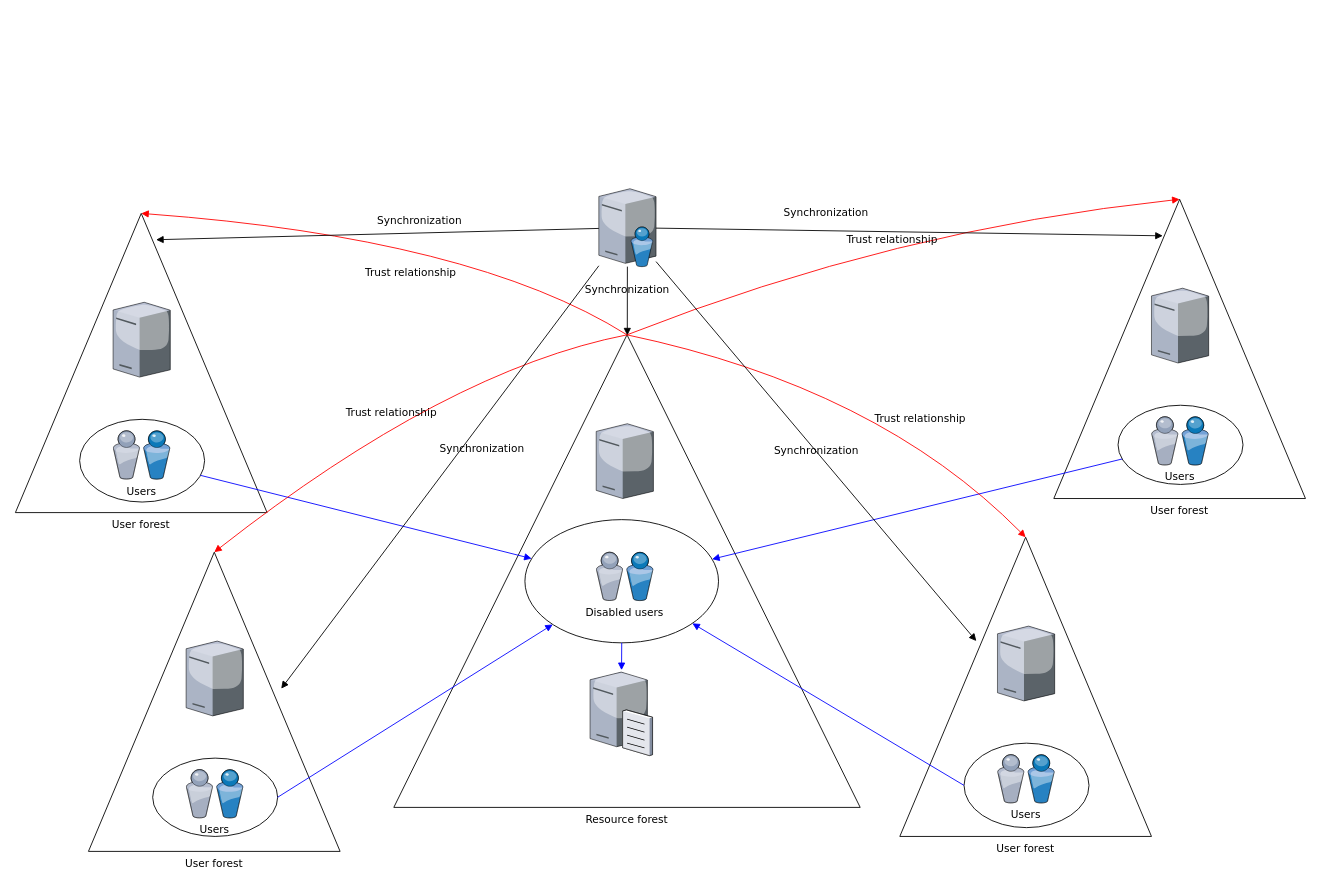
HSAM-H/NetworkMap keeps this draw.io diagram as Map/Untitled Diagram.drawio. Above is the earlier version. Source tidied: cells renumbered, new cells numbered last; positions are measured from the earlier drawing's top-left corner, leaving out a move shared by most shapes. Both pictures are drawn from the tidied source at 88%, with x=0, y=0 at pixel (15, 188).
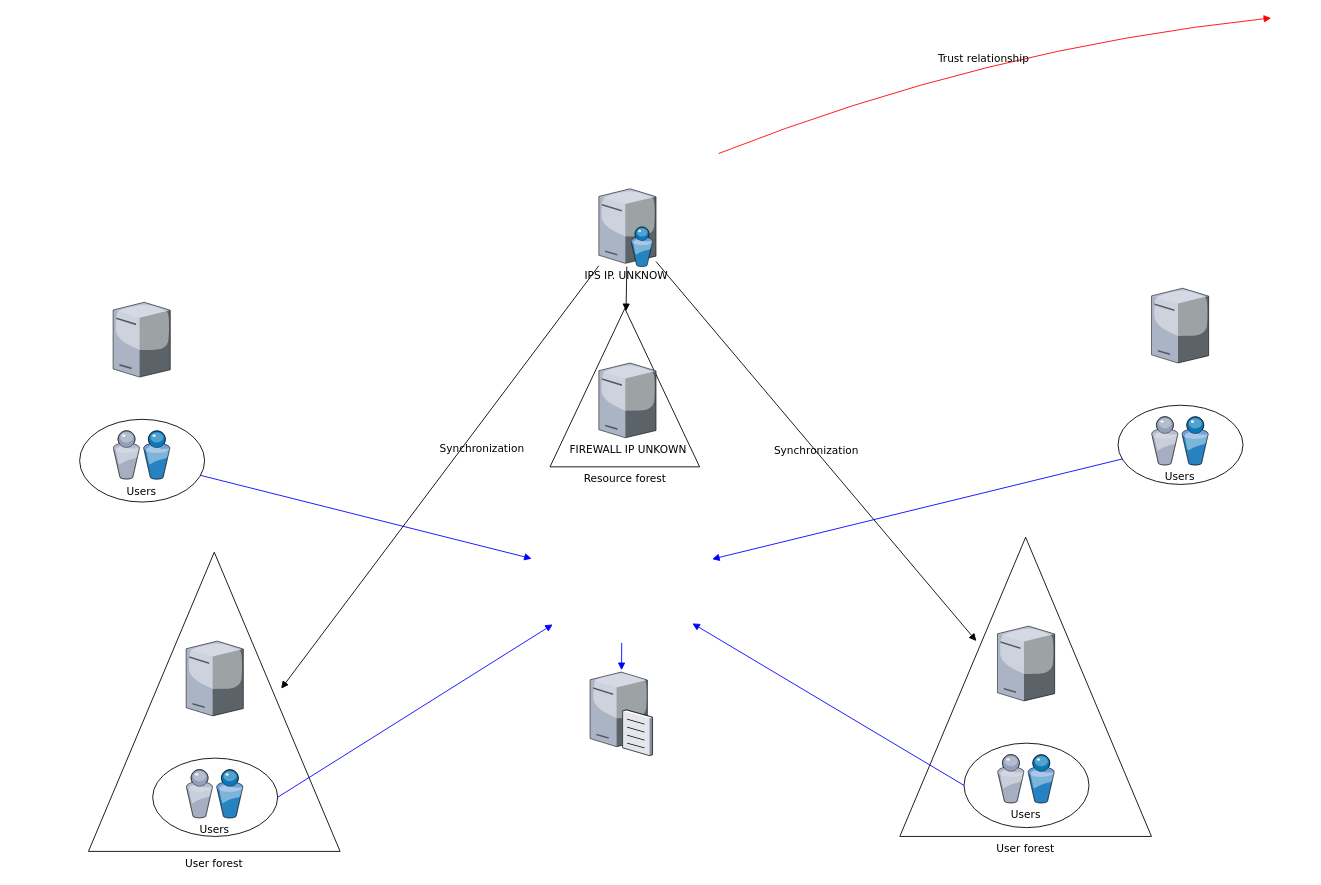
After the change.

Unchanged cells that the change refers to:
```xml
<mxCell id="4" style="ellipse;whiteSpace=wrap;html=1;rounded=0;shadow=0;comic=0;strokeWidth=1;fontFamily=Verdana;" parent="1" vertex="1">
  <mxGeometry x="73" y="262" width="142" height="94" as="geometry" />
</mxCell>
<mxCell id="5" style="verticalLabelPosition=bottom;html=1;verticalAlign=top;strokeColor=none;shape=mxgraph.citrix.directory_server;rounded=0;shadow=0;comic=0;fontFamily=Verdana;" parent="1" vertex="1">
  <mxGeometry x="663" width="65" height="88.5" as="geometry" />
</mxCell>
<mxCell id="6" style="verticalLabelPosition=bottom;html=1;verticalAlign=top;strokeColor=none;shape=mxgraph.citrix.file_server;rounded=0;shadow=0;comic=0;fontFamily=Verdana;" parent="1" vertex="1">
  <mxGeometry x="653" y="547" width="71" height="97" as="geometry" />
</mxCell>
<mxCell id="13" style="ellipse;whiteSpace=wrap;html=1;rounded=0;shadow=0;comic=0;strokeWidth=1;fontFamily=Verdana;" parent="1" vertex="1">
  <mxGeometry x="1253" y="246" width="142" height="90" as="geometry" />
</mxCell>
<mxCell id="24" value="User forest" style="triangle;whiteSpace=wrap;html=1;rounded=0;shadow=0;comic=0;strokeWidth=1;fontFamily=Verdana;direction=north;labelPosition=center;verticalLabelPosition=bottom;align=center;verticalAlign=top;" parent="1" vertex="1">
  <mxGeometry x="83" y="413" width="286" height="340" as="geometry" />
</mxCell>
<mxCell id="25" style="ellipse;whiteSpace=wrap;html=1;rounded=0;shadow=0;comic=0;strokeWidth=1;fontFamily=Verdana;" parent="1" vertex="1">
  <mxGeometry x="156" y="647" width="142" height="89" as="geometry" />
</mxCell>
<mxCell id="28" value="User forest" style="triangle;whiteSpace=wrap;html=1;rounded=0;shadow=0;comic=0;strokeWidth=1;fontFamily=Verdana;direction=north;labelPosition=center;verticalLabelPosition=bottom;align=center;verticalAlign=top;" parent="1" vertex="1">
  <mxGeometry x="1005" y="396" width="286" height="340" as="geometry" />
</mxCell>
<mxCell id="29" style="ellipse;whiteSpace=wrap;html=1;rounded=0;shadow=0;comic=0;strokeWidth=1;fontFamily=Verdana;" parent="1" vertex="1">
  <mxGeometry x="1078" y="630" width="142" height="96" as="geometry" />
</mxCell>
```

The edit, as a diff of the source:
```diff
@@
     <mxCell id="2" value="Resource forest" style="triangle;whiteSpace=wrap;html=1;rounded=0;shadow=0;comic=0;strokeWidth=1;fontFamily=Verdana;direction=north;labelPosition=center;verticalLabelPosition=bottom;align=center;verticalAlign=top;" parent="1" vertex="1">
-      <mxGeometry x="430" y="166" width="530" height="537" as="geometry" />
+      <mxGeometry x="607.5" y="136" width="170" height="180" as="geometry" />
     </mxCell>
-    <mxCell id="3" value="User forest" style="triangle;whiteSpace=wrap;html=1;rounded=0;shadow=0;comic=0;strokeWidth=1;fontFamily=Verdana;direction=north;labelPosition=center;verticalLabelPosition=bottom;align=center;verticalAlign=top;" parent="1" vertex="1">
-      <mxGeometry y="28" width="286" height="340" as="geometry" />
-    </mxCell>
@@
-    <mxCell id="9" style="ellipse;whiteSpace=wrap;html=1;rounded=0;shadow=0;comic=0;strokeWidth=1;fontFamily=Verdana;" parent="1" vertex="1">
-      <mxGeometry x="579" y="376" width="220" height="140" as="geometry" />
-    </mxCell>
-    <mxCell id="10" value="Disabled users" style="verticalLabelPosition=bottom;html=1;verticalAlign=top;strokeColor=none;shape=mxgraph.citrix.users;rounded=0;shadow=0;comic=0;fontFamily=Verdana;" parent="1" vertex="1">
-      <mxGeometry x="660" y="413" width="64.5" height="55" as="geometry" />
-    </mxCell>
-    <mxCell id="11" style="verticalLabelPosition=bottom;html=1;verticalAlign=top;strokeColor=none;shape=mxgraph.citrix.tower_server;rounded=0;shadow=0;comic=0;fontFamily=Verdana;" parent="1" vertex="1">
-      <mxGeometry x="660" y="267" width="65" height="85" as="geometry" />
+    <mxCell id="11" value="FIREWALL IP UNKOWN" style="verticalLabelPosition=bottom;html=1;verticalAlign=top;strokeColor=none;shape=mxgraph.citrix.tower_server;rounded=0;shadow=0;comic=0;fontFamily=Verdana;" parent="1" vertex="1">
+      <mxGeometry x="663" y="198" width="65" height="85" as="geometry" />
     </mxCell>
-    <mxCell id="12" value="User forest" style="triangle;whiteSpace=wrap;html=1;rounded=0;shadow=0;comic=0;strokeWidth=1;fontFamily=Verdana;direction=north;labelPosition=center;verticalLabelPosition=bottom;align=center;verticalAlign=top;" parent="1" vertex="1">
-      <mxGeometry x="1180" y="12" width="286" height="340" as="geometry" />
-    </mxCell>
@@
-    <mxCell id="16" style="rounded=0;html=1;labelBackgroundColor=none;startArrow=none;startFill=0;endArrow=block;endFill=1;strokeColor=#0000FF;strokeWidth=1;fontFamily=Verdana;fontSize=12;" parent="1" edge="1" source="13" target="9">
-      <mxGeometry relative="1" as="geometry" />
+    <mxCell id="16" style="rounded=0;html=1;labelBackgroundColor=none;startArrow=none;startFill=0;endArrow=block;endFill=1;strokeColor=#0000FF;strokeWidth=1;fontFamily=Verdana;fontSize=12;" parent="1" edge="1" source="13">
+      <mxGeometry relative="1" as="geometry">
+        <mxPoint x="791.7" y="420.9" as="targetPoint" />
+      </mxGeometry>
     </mxCell>
-    <mxCell id="17" style="rounded=0;html=1;labelBackgroundColor=none;startArrow=none;startFill=0;endArrow=block;endFill=1;strokeColor=#0000FF;strokeWidth=1;fontFamily=Verdana;fontSize=12;" parent="1" edge="1" source="4" target="9">
-      <mxGeometry relative="1" as="geometry" />
+    <mxCell id="17" style="rounded=0;html=1;labelBackgroundColor=none;startArrow=none;startFill=0;endArrow=block;endFill=1;strokeColor=#0000FF;strokeWidth=1;fontFamily=Verdana;fontSize=12;" parent="1" edge="1" source="4">
+      <mxGeometry relative="1" as="geometry">
+        <mxPoint x="586.7" y="420.3" as="targetPoint" />
+      </mxGeometry>
     </mxCell>
-    <mxCell id="18" style="edgeStyle=none;rounded=0;html=1;exitX=0.5;exitY=1;labelBackgroundColor=none;startArrow=none;startFill=0;endArrow=block;endFill=1;strokeColor=#0000FF;strokeWidth=1;fontFamily=Verdana;fontSize=12;fontColor=#000000;" parent="1" edge="1" source="9" target="6">
-      <mxGeometry relative="1" as="geometry" />
+    <mxCell id="18" style="edgeStyle=none;rounded=0;html=1;exitX=0.5;exitY=1;labelBackgroundColor=none;startArrow=none;startFill=0;endArrow=block;endFill=1;strokeColor=#0000FF;strokeWidth=1;fontFamily=Verdana;fontSize=12;fontColor=#000000;" parent="1" edge="1" target="6">
+      <mxGeometry relative="1" as="geometry">
+        <mxPoint x="689" y="516" as="sourcePoint" />
+      </mxGeometry>
     </mxCell>
-    <mxCell id="19" value="Trust relationship" style="html=1;labelBackgroundColor=none;startArrow=none;startFill=0;endArrow=block;endFill=1;strokeColor=#FF0000;strokeWidth=1;fontFamily=Verdana;fontSize=12;entryX=1;entryY=0.5;curved=1;" parent="1" edge="1" target="12">
+    <mxCell id="19" value="Trust relationship" style="html=1;labelBackgroundColor=none;startArrow=none;startFill=0;endArrow=block;endFill=1;strokeColor=#FF0000;strokeWidth=1;fontFamily=Verdana;fontSize=12;entryX=1;entryY=0.5;curved=1;" parent="1" edge="1">
       <mxGeometry x="-0.02" y="-10" relative="1" as="geometry">
-        <mxPoint x="695" y="166" as="sourcePoint" />
+        <mxPoint x="799" y="-40" as="sourcePoint" />
+        <mxPoint x="1427" y="-194" as="targetPoint" />
         <Array as="points">
-          <mxPoint x="1000" y="46" />
+          <mxPoint x="1104" y="-160" />
         </Array>
       </mxGeometry>
     </mxCell>
-    <mxCell id="20" value="Trust relationship" style="html=1;entryX=1;entryY=0.5;labelBackgroundColor=none;startArrow=none;startFill=0;endArrow=block;endFill=1;strokeColor=#FF0000;strokeWidth=1;fontFamily=Verdana;fontSize=12;curved=1;" parent="1" edge="1" target="3">
-      <mxGeometry x="-0.06" y="45" relative="1" as="geometry">
-        <mxPoint x="695" y="166" as="sourcePoint" />
-        <Array as="points">
-          <mxPoint x="520" y="56" />
-        </Array>
-      </mxGeometry>
-    </mxCell>
-    <mxCell id="21" value="Synchronization" style="rounded=0;html=1;entryX=0.878;entryY=0.433;entryPerimeter=0;labelBackgroundColor=none;startArrow=none;startFill=0;endArrow=block;endFill=1;strokeWidth=1;fontFamily=Verdana;fontSize=12;" parent="1" edge="1" source="5" target="12">
-      <mxGeometry x="-0.33" y="21" relative="1" as="geometry" />
-    </mxCell>
-    <mxCell id="22" value="Synchronization" style="edgeStyle=none;rounded=0;html=1;labelBackgroundColor=none;startArrow=none;startFill=0;endArrow=block;endFill=1;strokeWidth=1;fontFamily=Verdana;fontSize=12;" parent="1" edge="1" source="5" target="2">
+    <mxCell id="22" value="IPS IP. UNKNOW&lt;div&gt;&lt;br&gt;&lt;/div&gt;" style="edgeStyle=none;rounded=0;html=1;labelBackgroundColor=none;startArrow=none;startFill=0;endArrow=block;endFill=1;strokeWidth=1;fontFamily=Verdana;fontSize=12;" parent="1" edge="1" source="5" target="2">
       <mxGeometry x="-0.3" relative="1" as="geometry" />
     </mxCell>
-    <mxCell id="23" value="Synchronization" style="edgeStyle=none;rounded=0;html=1;entryX=0.912;entryY=0.559;entryPerimeter=0;labelBackgroundColor=none;startArrow=none;startFill=0;endArrow=block;endFill=1;strokeWidth=1;fontFamily=Verdana;fontSize=12;" parent="1" edge="1" source="5" target="3">
-      <mxGeometry x="-0.19" y="-14" relative="1" as="geometry" />
-    </mxCell>
@@
-    <mxCell id="32" style="edgeStyle=none;rounded=0;html=1;exitX=1;exitY=0.5;labelBackgroundColor=none;startFill=0;endArrow=block;endFill=1;strokeColor=#0000FF;strokeWidth=1;fontFamily=Verdana;fontSize=12;" parent="1" edge="1" source="25" target="9">
-      <mxGeometry relative="1" as="geometry" />
+    <mxCell id="32" style="edgeStyle=none;rounded=0;html=1;exitX=1;exitY=0.5;labelBackgroundColor=none;startFill=0;endArrow=block;endFill=1;strokeColor=#0000FF;strokeWidth=1;fontFamily=Verdana;fontSize=12;" parent="1" edge="1" source="25">
+      <mxGeometry relative="1" as="geometry">
+        <mxPoint x="610.6" y="495.1" as="targetPoint" />
+      </mxGeometry>
     </mxCell>
-    <mxCell id="33" style="edgeStyle=none;rounded=0;html=1;exitX=0;exitY=0.5;labelBackgroundColor=none;startFill=0;endArrow=block;endFill=1;strokeColor=#0000FF;strokeWidth=1;fontFamily=Verdana;fontSize=12;" parent="1" edge="1" source="29" target="9">
-      <mxGeometry relative="1" as="geometry" />
+    <mxCell id="33" style="edgeStyle=none;rounded=0;html=1;exitX=0;exitY=0.5;labelBackgroundColor=none;startFill=0;endArrow=block;endFill=1;strokeColor=#0000FF;strokeWidth=1;fontFamily=Verdana;fontSize=12;" parent="1" edge="1" source="29">
+      <mxGeometry relative="1" as="geometry">
+        <mxPoint x="769.3" y="493.9" as="targetPoint" />
+      </mxGeometry>
     </mxCell>
-    <mxCell id="34" value="Trust relationship" style="html=1;exitX=1;exitY=0.5;labelBackgroundColor=none;startFill=0;endArrow=block;endFill=1;strokeColor=#FF0000;strokeWidth=1;fontFamily=Verdana;fontSize=12;entryX=1;entryY=0.5;curved=1;" parent="1" edge="1" source="2" target="24">
-      <mxGeometry x="0.06" relative="1" as="geometry">
-        <Array as="points">
-          <mxPoint x="490" y="206" />
-        </Array>
-      </mxGeometry>
-    </mxCell>
-    <mxCell id="35" value="Trust relationship" style="html=1;exitX=1;exitY=0.5;entryX=1;entryY=0.5;labelBackgroundColor=none;startFill=0;endArrow=block;endFill=1;strokeColor=#FF0000;strokeWidth=1;fontFamily=Verdana;fontSize=12;curved=1;" parent="1" edge="1" source="2" target="28">
-      <mxGeometry x="0.32" y="10" relative="1" as="geometry">
-        <Array as="points">
-          <mxPoint x="980" y="226" />
-        </Array>
-      </mxGeometry>
-    </mxCell>
```
